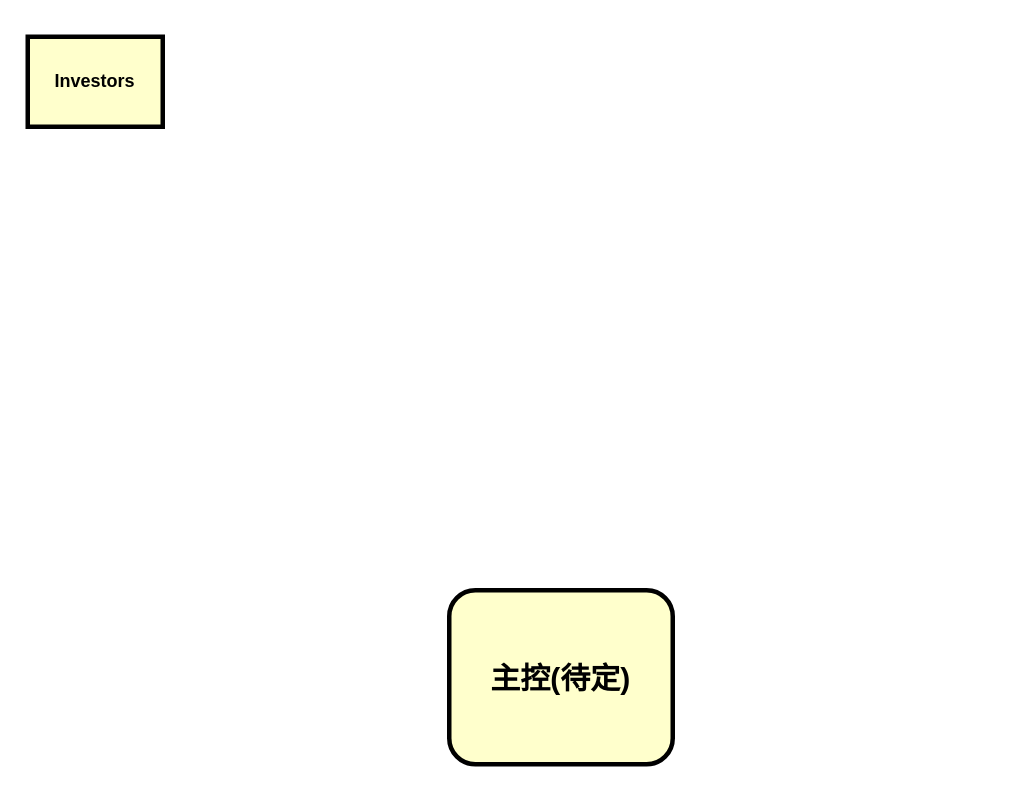
This is GUI预研项目.drawio from zjh6607476/drawing, a draw.io file, before an edit. Source tidied: cells renumbered, new cells numbered last; positions are measured from the earlier drawing's top-left corner, leaving out a move shared by most shapes. Both pictures are drawn from the tidied source at 150%, with x=0, y=0 at pixel (27, 36).
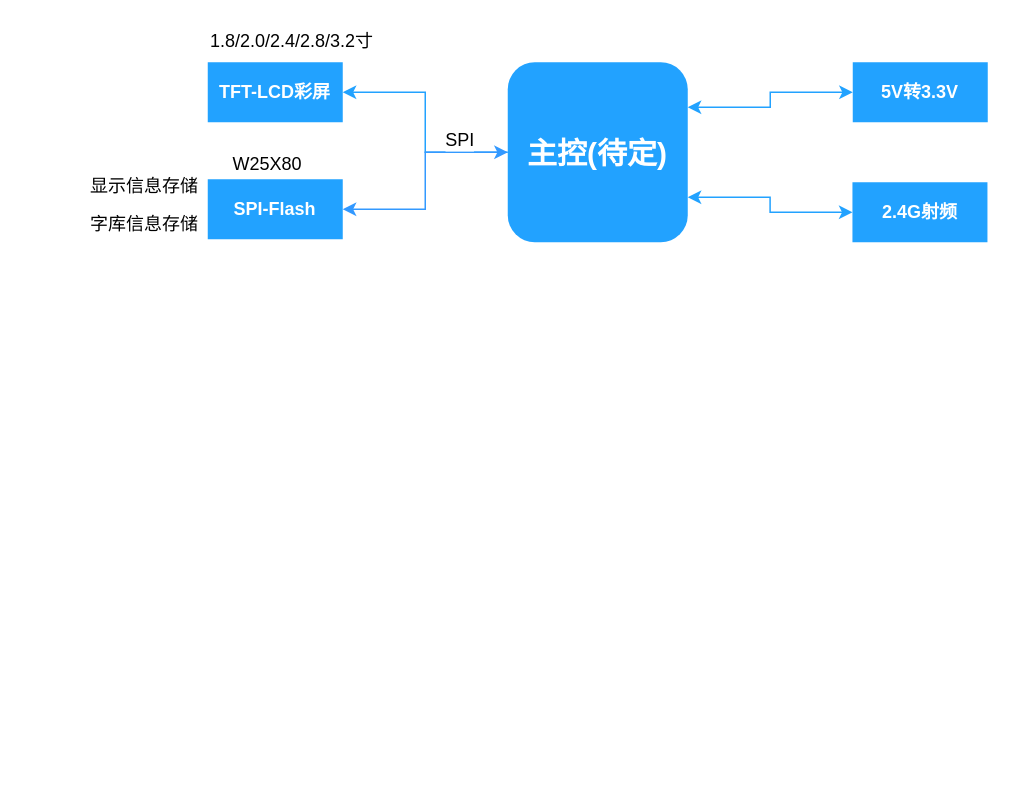
The same diagram, later.

Commit message:
更新GUI预研项目.drawio

Diff of the diagram source:
```diff
@@
 <mxGraphModel background="#ffffff">
   <root>
     <mxCell id="0" />
     <mxCell id="1" parent="0" />
-    <mxCell id="2" value="Investors" style="whiteSpace=wrap;align=center;verticalAlign=middle;fontStyle=1;strokeWidth=3;fillColor=#FFFFCC;" parent="1" vertex="1">
-      <mxGeometry width="90" height="60" as="geometry" />
+    <mxCell id="2" value="TFT-LCD彩屏" style="whiteSpace=wrap;align=center;verticalAlign=middle;fontStyle=1;strokeWidth=3;fillColor=#22A2FF;strokeColor=none;fontColor=#FFFFFF;" parent="1" vertex="1">
+      <mxGeometry x="120" y="17" width="90" height="40" as="geometry" />
     </mxCell>
+    <mxCell id="4" style="edgeStyle=orthogonalEdgeStyle;rounded=0;jettySize=auto;html=1;exitX=0;exitY=0.5;exitDx=0;exitDy=0;entryX=1;entryY=0.5;entryDx=0;entryDy=0;strokeColor=#22A2FF;" parent="1" edge="1" source="3" target="2">
+      <mxGeometry relative="1" as="geometry" />
+    </mxCell>
+    <mxCell id="5" style="edgeStyle=orthogonalEdgeStyle;rounded=0;jettySize=auto;html=1;exitX=0;exitY=0.5;exitDx=0;exitDy=0;entryX=1;entryY=0.5;entryDx=0;entryDy=0;startArrow=classic;startFill=1;strokeColor=#3399FF;" parent="1" edge="1" source="3" target="7">
+      <mxGeometry relative="1" as="geometry" />
+    </mxCell>
+    <mxCell id="6" value="SPI" style="text;html=1;align=center;verticalAlign=middle;labelBackgroundColor=#ffffff;" parent="5" vertex="1">
+      <mxGeometry x="-0.46" relative="1" as="geometry">
+        <mxPoint x="7.5" y="-9" as="offset" />
+      </mxGeometry>
+    </mxCell>
-    <mxCell id="3" value="主控(待定)" style="whiteSpace=wrap;align=center;verticalAlign=middle;fontStyle=1;strokeWidth=3;fillColor=#FFFFCC;rounded=1;glass=0;comic=0;shadow=0;fontSize=20;" parent="1" vertex="1">
-      <mxGeometry x="281" y="369" width="149" height="116" as="geometry" />
+    <mxCell id="3" value="主控(待定)" style="whiteSpace=wrap;align=center;verticalAlign=middle;fontStyle=1;strokeWidth=3;fillColor=#22A2FF;rounded=1;glass=0;comic=0;shadow=0;fontSize=20;strokeColor=none;fontColor=#FFFFFF;" parent="1" vertex="1">
+      <mxGeometry x="320" y="17" width="120" height="120" as="geometry" />
     </mxCell>
+    <mxCell id="7" value="SPI-Flash" style="whiteSpace=wrap;align=center;verticalAlign=middle;fontStyle=1;strokeWidth=3;fillColor=#22A2FF;strokeColor=none;fontColor=#FFFFFF;" parent="1" vertex="1">
+      <mxGeometry x="120" y="95" width="90" height="40" as="geometry" />
+    </mxCell>
+    <mxCell id="8" value="1.8/2.0/2.4/2.8/3.2寸" style="text;html=1;align=left;verticalAlign=top;spacingTop=-4;" parent="1" vertex="1">
+      <mxGeometry x="120" y="-7" width="120" height="20" as="geometry" />
+    </mxCell>
+    <mxCell id="9" style="edgeStyle=orthogonalEdgeStyle;rounded=0;jettySize=auto;html=1;exitX=0;exitY=0.5;exitDx=0;exitDy=0;entryX=1;entryY=0.25;entryDx=0;entryDy=0;startArrow=classic;startFill=1;strokeColor=#22A2FF;fontColor=#FFFFFF;" parent="1" edge="1" source="10" target="3">
+      <mxGeometry relative="1" as="geometry" />
+    </mxCell>
+    <mxCell id="10" value="5V转3.3V" style="whiteSpace=wrap;align=center;verticalAlign=middle;fontStyle=1;strokeWidth=3;fillColor=#22A2FF;strokeColor=none;fontColor=#FFFFFF;" parent="1" vertex="1">
+      <mxGeometry x="550" y="17" width="90" height="40" as="geometry" />
+    </mxCell>
+    <mxCell id="11" style="edgeStyle=orthogonalEdgeStyle;rounded=0;jettySize=auto;html=1;exitX=0;exitY=0.5;exitDx=0;exitDy=0;entryX=1;entryY=0.75;entryDx=0;entryDy=0;startArrow=classic;startFill=1;strokeColor=#22A2FF;fontColor=#FFFFFF;" parent="1" edge="1" source="12" target="3">
+      <mxGeometry relative="1" as="geometry" />
+    </mxCell>
+    <mxCell id="12" value="2.4G射频" style="whiteSpace=wrap;align=center;verticalAlign=middle;fontStyle=1;strokeWidth=3;fillColor=#22A2FF;strokeColor=none;fontColor=#FFFFFF;" parent="1" vertex="1">
+      <mxGeometry x="549.8" y="97" width="90" height="40" as="geometry" />
+    </mxCell>
+    <mxCell id="13" value="&lt;font&gt;W25X80&lt;/font&gt;" style="text;html=1;align=left;verticalAlign=top;spacingTop=-4;fontColor=#000000;" parent="1" vertex="1">
+      <mxGeometry x="135" y="75" width="60" height="20" as="geometry" />
+    </mxCell>
+    <mxCell id="14" value="显示信息存储" style="text;html=1;align=left;verticalAlign=top;spacingTop=-4;fontColor=#000000;" parent="1" vertex="1">
+      <mxGeometry x="40" y="90" width="90" height="20" as="geometry" />
+    </mxCell>
+    <mxCell id="15" value="字库信息存储" style="text;html=1;align=left;verticalAlign=top;spacingTop=-4;fontColor=#000000;" parent="1" vertex="1">
+      <mxGeometry x="40" y="115" width="90" height="20" as="geometry" />
+    </mxCell>
   </root>
 </mxGraphModel>
```
